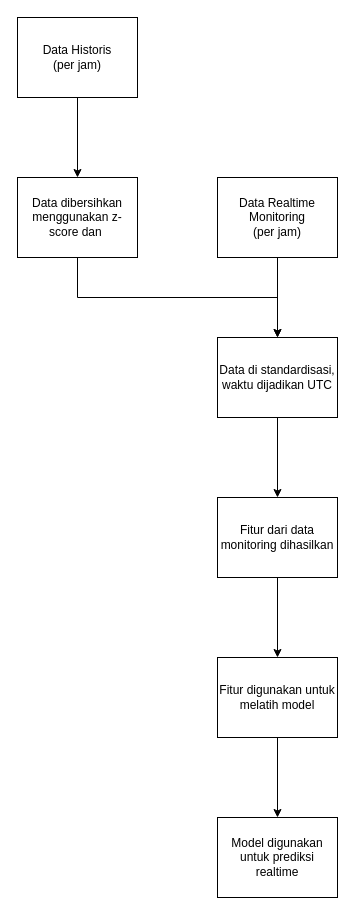
The draw.io diagram page "Main" (1 of 5) of Main.drawio in Mace245/XGBoost-electricity-prediction, before the edit. Source tidied: cells renumbered, new cells numbered last; positions are measured from the earlier drawing's top-left corner, leaving out a move shared by most shapes. Both pictures are drawn from the tidied source at 100%, with x=0, y=0 at pixel (17, 17).
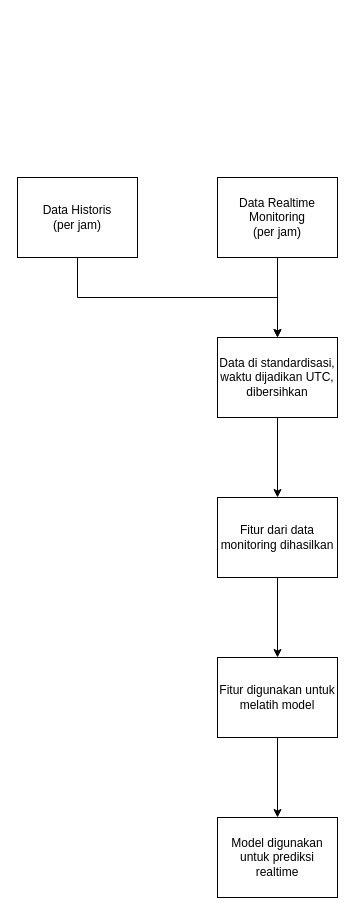
After the change.

Diff of the diagram source:
```diff
@@
 <mxGraphModel>
   <root>
     <mxCell id="0" />
     <mxCell id="1" parent="0" />
-    <mxCell id="2" style="edgeStyle=orthogonalEdgeStyle;rounded=0;jettySize=auto;html=1;" parent="1" edge="1" source="3" target="7">
+    <mxCell id="2" style="edgeStyle=orthogonalEdgeStyle;rounded=0;jettySize=auto;html=1;" parent="1" edge="1" target="7">
       <mxGeometry relative="1" as="geometry">
+        <mxPoint x="60" y="240" as="sourcePoint" />
         <Array as="points">
           <mxPoint x="60" y="280" />
           <mxPoint x="260" y="280" />
         </Array>
       </mxGeometry>
     </mxCell>
-    <mxCell id="3" value="Data dibersihkan menggunakan z-score dan&amp;nbsp;" style="rounded=0;whiteSpace=wrap;html=1;" parent="1" vertex="1">
-      <mxGeometry y="160" width="120" height="80" as="geometry" />
-    </mxCell>
     <mxCell id="4" style="edgeStyle=orthogonalEdgeStyle;rounded=0;jettySize=auto;html=1;" parent="1" edge="1" source="5" target="7">
       <mxGeometry relative="1" as="geometry" />
     </mxCell>
     <mxCell id="5" value="Data Realtime Monitoring&lt;div&gt;(per jam)&lt;/div&gt;" style="rounded=0;whiteSpace=wrap;html=1;" parent="1" vertex="1">
       <mxGeometry x="200" y="160" width="120" height="80" as="geometry" />
     </mxCell>
     <mxCell id="6" style="edgeStyle=orthogonalEdgeStyle;rounded=0;jettySize=auto;html=1;" parent="1" edge="1" source="7" target="9">
       <mxGeometry relative="1" as="geometry" />
     </mxCell>
-    <mxCell id="7" value="Data di standardisasi, waktu dijadikan UTC" style="rounded=0;whiteSpace=wrap;html=1;" parent="1" vertex="1">
+    <mxCell id="7" value="Data di standardisasi, waktu dijadikan UTC, dibersihkan" style="rounded=0;whiteSpace=wrap;html=1;" parent="1" vertex="1">
       <mxGeometry x="200" y="320" width="120" height="80" as="geometry" />
     </mxCell>
     <mxCell id="8" style="edgeStyle=orthogonalEdgeStyle;rounded=0;jettySize=auto;html=1;" parent="1" edge="1" source="9" target="11">
       <mxGeometry relative="1" as="geometry" />
     </mxCell>
     <mxCell id="9" value="Fitur dari data monitoring dihasilkan" style="rounded=0;whiteSpace=wrap;html=1;" parent="1" vertex="1">
       <mxGeometry x="200" y="480" width="120" height="80" as="geometry" />
     </mxCell>
     <mxCell id="10" style="edgeStyle=orthogonalEdgeStyle;rounded=0;jettySize=auto;html=1;" parent="1" edge="1" source="11" target="12">
       <mxGeometry relative="1" as="geometry" />
     </mxCell>
     <mxCell id="11" value="Fitur digunakan untuk melatih model" style="rounded=0;whiteSpace=wrap;html=1;" parent="1" vertex="1">
       <mxGeometry x="200" y="640" width="120" height="80" as="geometry" />
     </mxCell>
     <mxCell id="12" value="Model digunakan untuk prediksi realtime" style="rounded=0;whiteSpace=wrap;html=1;" parent="1" vertex="1">
       <mxGeometry x="200" y="800" width="120" height="80" as="geometry" />
     </mxCell>
-    <mxCell id="13" style="edgeStyle=orthogonalEdgeStyle;rounded=0;jettySize=auto;html=1;" parent="1" edge="1" source="14" target="3">
-      <mxGeometry relative="1" as="geometry" />
-    </mxCell>
     <mxCell id="14" value="Data Historis&lt;div&gt;(per jam)&lt;/div&gt;" style="rounded=0;whiteSpace=wrap;html=1;" parent="1" vertex="1">
-      <mxGeometry width="120" height="80" as="geometry" />
+      <mxGeometry y="160" width="120" height="80" as="geometry" />
     </mxCell>
   </root>
 </mxGraphModel>
```
